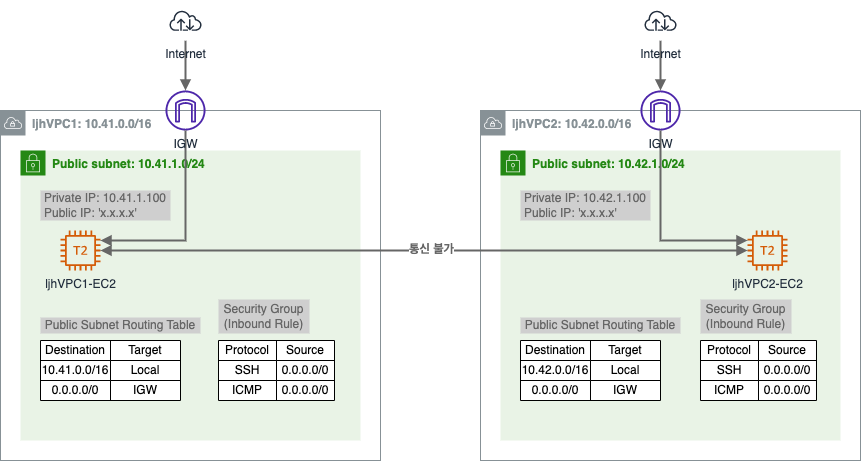
Above: assets/img/dev/2022/1204/peering_flow_1.png in assu10/assu10.github.io (draw.io), before the change. Source tidied: cells renumbered, new cells last; positions are measured from the earlier drawing's top-left corner, leaving out a move shared by most shapes.
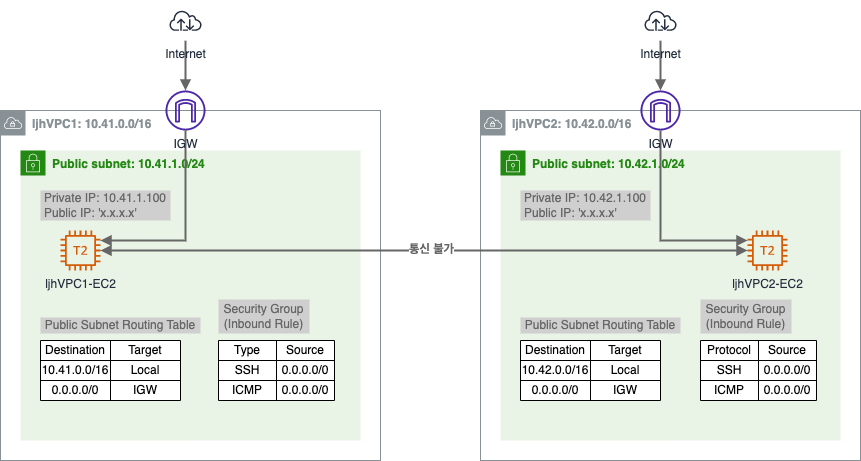
After the commit.

Change to the diagram source:
```diff
@@ -114,7 +114,7 @@
     <mxCell id="35" style="shape=tableRow;horizontal=0;startSize=0;swimlaneHead=0;swimlaneBody=0;top=0;left=0;bottom=0;right=0;fillColor=none;" parent="34" vertex="1">
       <mxGeometry width="116" height="20" as="geometry" />
     </mxCell>
-    <mxCell id="36" value="Protocol" style="shape=partialRectangle;html=1;whiteSpace=wrap;overflow=hidden;fillColor=none;top=0;left=0;bottom=0;right=0;" parent="35" vertex="1">
+    <mxCell id="36" value="Type" style="shape=partialRectangle;html=1;whiteSpace=wrap;overflow=hidden;fillColor=none;top=0;left=0;bottom=0;right=0;" parent="35" vertex="1">
       <mxGeometry width="58" height="20" as="geometry" />
     </mxCell>
     <mxCell id="37" value="Source" style="shape=partialRectangle;html=1;whiteSpace=wrap;overflow=hidden;fillColor=none;top=0;left=0;bottom=0;right=0;" parent="35" vertex="1">
```
